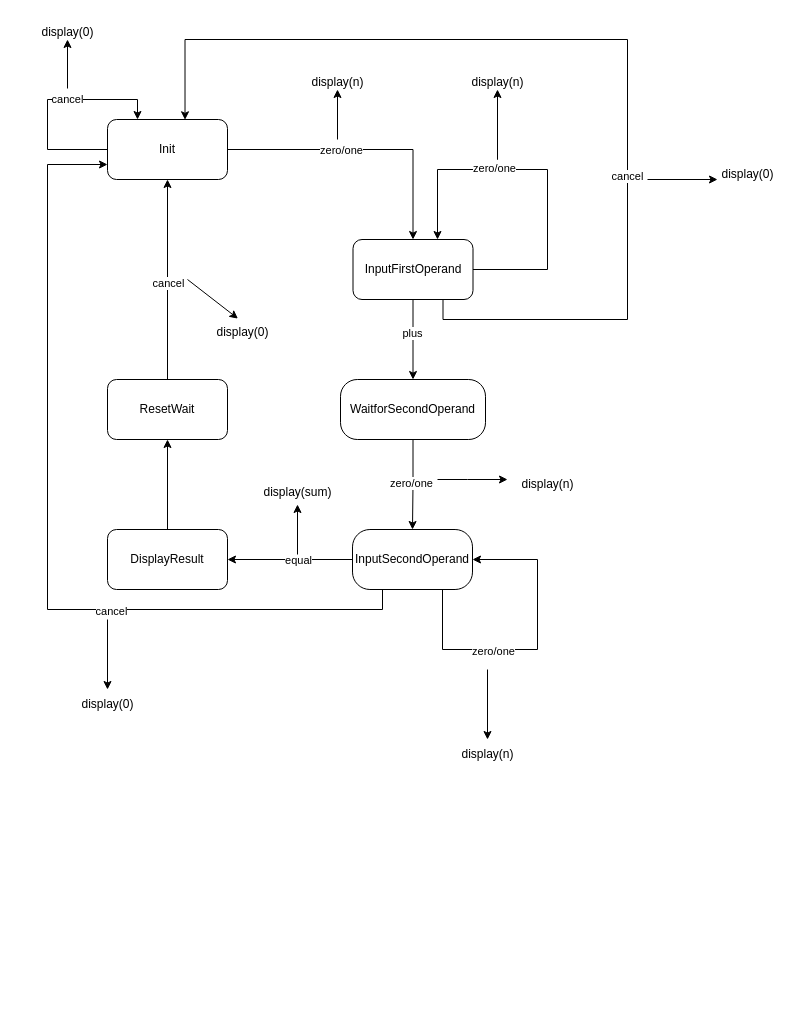
Earlier version of the draw.io diagram Untitled Diagram.drawio (YamyuCheung/image). Source tidied: cells renumbered, new cells numbered last; positions are measured from the earlier drawing's top-left corner, leaving out a move shared by most shapes. Both pictures are drawn from the tidied source at 100%, with x=0, y=0 at pixel (27, 17).
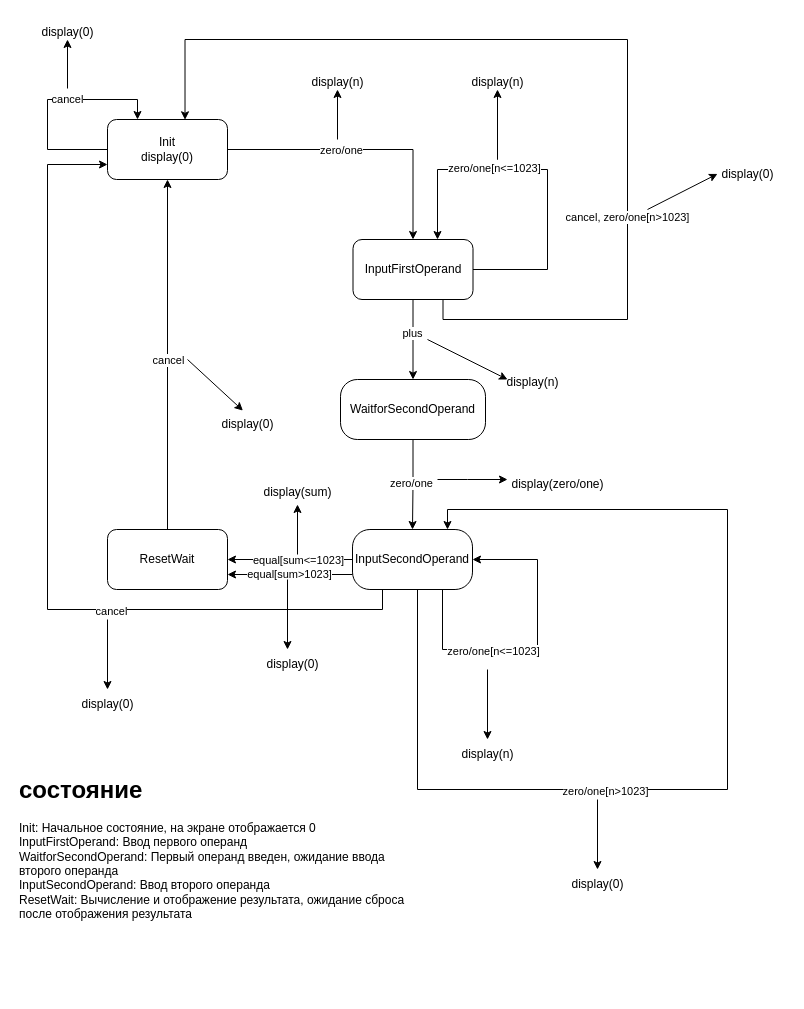
Above is the later version.

Unchanged cells that the change refers to:
```xml
<mxCell id="9" style="edgeStyle=orthogonalEdgeStyle;rounded=0;jettySize=auto;html=1;exitX=1;exitY=0.5;exitDx=0;exitDy=0;" parent="1" edge="1" source="13">
  <mxGeometry relative="1" as="geometry">
    <mxPoint x="410" y="222" as="targetPoint" />
    <Array as="points">
      <mxPoint x="520" y="252" />
      <mxPoint x="520" y="152" />
      <mxPoint x="410" y="152" />
    </Array>
  </mxGeometry>
</mxCell>
<mxCell id="11" style="edgeStyle=orthogonalEdgeStyle;rounded=0;jettySize=auto;html=1;exitX=0.75;exitY=1;exitDx=0;exitDy=0;entryX=0.646;entryY=0.005;entryDx=0;entryDy=0;entryPerimeter=0;" parent="1" edge="1" source="13" target="6">
  <mxGeometry relative="1" as="geometry">
    <Array as="points">
      <mxPoint x="416" y="302" />
      <mxPoint x="600" y="302" />
      <mxPoint x="600" y="22" />
      <mxPoint x="158" y="22" />
    </Array>
  </mxGeometry>
</mxCell>
<mxCell id="17" style="edgeStyle=orthogonalEdgeStyle;rounded=0;orthogonalLoop=1;jettySize=auto;html=1;exitX=0.75;exitY=1;exitDx=0;exitDy=0;entryX=1;entryY=0.5;entryDx=0;entryDy=0;" parent="1" edge="1" source="23" target="23">
  <mxGeometry relative="1" as="geometry">
    <Array as="points">
      <mxPoint x="415" y="632" />
      <mxPoint x="510" y="632" />
      <mxPoint x="510" y="542" />
    </Array>
  </mxGeometry>
</mxCell>
<mxCell id="19" style="edgeStyle=orthogonalEdgeStyle;rounded=0;jettySize=auto;html=1;exitX=0;exitY=0.5;exitDx=0;exitDy=0;" parent="1" edge="1" source="23" target="25">
  <mxGeometry relative="1" as="geometry" />
</mxCell>
<mxCell id="23" value="InputSecondOperand" style="rounded=1;whiteSpace=wrap;html=1;arcSize=29;" parent="1" vertex="1">
  <mxGeometry x="325" y="512" width="120" height="60" as="geometry" />
</mxCell>
```

The edit, as a diff of the source:
```diff
@@
-    <mxCell id="6" value="Init" style="rounded=1;whiteSpace=wrap;html=1;" parent="1" vertex="1">
+    <mxCell id="6" value="Init&lt;div&gt;display(0)&lt;/div&gt;" style="rounded=1;whiteSpace=wrap;html=1;" parent="1" vertex="1">
       <mxGeometry x="80" y="102" width="120" height="60" as="geometry" />
     </mxCell>
@@
-    <mxCell id="10" value="zero/one" style="edgeLabel;html=1;align=center;verticalAlign=middle;" parent="9" vertex="1">
+    <mxCell id="10" value="zero/one[n&amp;lt;=1023]" style="edgeLabel;html=1;align=center;verticalAlign=middle;" parent="9" vertex="1">
       <mxGeometry x="0.28" y="-2" relative="1" as="geometry">
         <mxPoint x="-1" as="offset" />
       </mxGeometry>
     </mxCell>
@@
-    <mxCell id="12" value="cancel" style="edgeLabel;html=1;align=center;verticalAlign=middle;" parent="11" vertex="1">
-      <mxGeometry x="-0.31" y="1" relative="1" as="geometry" />
+    <mxCell id="12" value="cancel, zero/one[n&amp;gt;1023]" style="edgeLabel;html=1;align=center;verticalAlign=middle;" parent="11" vertex="1">
+      <mxGeometry x="-0.31" y="1" relative="1" as="geometry">
+        <mxPoint y="41" as="offset" />
+      </mxGeometry>
     </mxCell>
@@
-    <mxCell id="18" value="zero/one" style="edgeLabel;html=1;align=center;verticalAlign=middle;" parent="17" vertex="1">
+    <mxCell id="18" value="zero/one[n&amp;lt;=1023]" style="edgeLabel;html=1;align=center;verticalAlign=middle;" parent="17" vertex="1">
       <mxGeometry x="-0.29" y="-1" relative="1" as="geometry" />
     </mxCell>
@@
-    <mxCell id="20" value="equal" style="edgeLabel;html=1;align=center;verticalAlign=middle;" parent="19" vertex="1">
+    <mxCell id="20" value="equal[sum&amp;lt;=1023]" style="edgeLabel;html=1;align=center;verticalAlign=middle;" parent="19" vertex="1">
       <mxGeometry x="0.15" y="1" relative="1" as="geometry">
         <mxPoint x="17" y="-1" as="offset" />
       </mxGeometry>
     </mxCell>
@@
+    <mxCell id="47" value="equal[sum&amp;gt;1023]" style="edgeStyle=orthogonalEdgeStyle;rounded=0;jettySize=auto;html=1;exitX=0;exitY=0.75;exitDx=0;exitDy=0;entryX=1;entryY=0.75;entryDx=0;entryDy=0;" parent="1" edge="1" source="23" target="25">
+      <mxGeometry relative="1" as="geometry" />
+    </mxCell>
@@
-    <mxCell id="24" style="edgeStyle=orthogonalEdgeStyle;rounded=0;jettySize=auto;html=1;exitX=0.5;exitY=0;exitDx=0;exitDy=0;entryX=0.5;entryY=1;entryDx=0;entryDy=0;" parent="1" edge="1" source="25" target="28">
-      <mxGeometry relative="1" as="geometry" />
-    </mxCell>
-    <mxCell id="25" value="DisplayResult" style="rounded=1;whiteSpace=wrap;html=1;" parent="1" vertex="1">
+    <mxCell id="25" value="ResetWait" style="rounded=1;whiteSpace=wrap;html=1;" parent="1" vertex="1">
       <mxGeometry x="80" y="512" width="120" height="60" as="geometry" />
     </mxCell>
-    <mxCell id="26" style="edgeStyle=orthogonalEdgeStyle;rounded=0;jettySize=auto;html=1;exitX=0.5;exitY=0;exitDx=0;exitDy=0;entryX=0.5;entryY=1;entryDx=0;entryDy=0;" parent="1" edge="1" source="28" target="6">
+    <mxCell id="26" style="edgeStyle=orthogonalEdgeStyle;rounded=0;jettySize=auto;html=1;exitX=0.5;exitY=0;exitDx=0;exitDy=0;entryX=0.5;entryY=1;entryDx=0;entryDy=0;" parent="1" edge="1" source="25" target="6">
       <mxGeometry relative="1" as="geometry" />
     </mxCell>
@@
-    <mxCell id="28" value="ResetWait" style="rounded=1;whiteSpace=wrap;html=1;" parent="1" vertex="1">
-      <mxGeometry x="80" y="362" width="120" height="60" as="geometry" />
-    </mxCell>
     <mxCell id="29" style="endArrow=classic;html=1;rounded=0;entryX=0.443;entryY=0.037;entryDx=0;entryDy=0;entryPerimeter=0;" parent="1" edge="1" target="30">
       <mxGeometry relative="1" as="geometry">
-        <mxPoint x="160" y="262" as="sourcePoint" />
+        <mxPoint x="160" y="342" as="sourcePoint" />
       </mxGeometry>
     </mxCell>
     <mxCell id="30" value="display(0)" style="text;html=1;align=center;verticalAlign=middle;points=[];strokeColor=none;fillColor=none;" parent="1" vertex="1">
-      <mxGeometry x="175" y="300" width="80" height="30" as="geometry" />
+      <mxGeometry x="180" y="392" width="80" height="30" as="geometry" />
     </mxCell>
@@
-    <mxCell id="38" value="display(n)" style="text;html=1;align=center;verticalAlign=middle;strokeColor=none;fillColor=none;" parent="1" vertex="1">
-      <mxGeometry x="480" y="452" width="80" height="30" as="geometry" />
+    <mxCell id="38" value="display(zero/one)" style="text;html=1;align=center;verticalAlign=middle;strokeColor=none;fillColor=none;" parent="1" vertex="1">
+      <mxGeometry x="470" y="452" width="120" height="30" as="geometry" />
     </mxCell>
@@
     <mxCell id="43" style="endArrow=classic;html=1;rounded=0;" parent="1" edge="1">
       <mxGeometry relative="1" as="geometry">
-        <mxPoint x="620" y="162" as="sourcePoint" />
-        <mxPoint x="690" y="162" as="targetPoint" />
+        <mxPoint x="620" y="192" as="sourcePoint" />
+        <mxPoint x="690" y="156.4" as="targetPoint" />
         <Array as="points">
-          <mxPoint x="620" y="162" />
+          <mxPoint x="620" y="192" />
         </Array>
       </mxGeometry>
     </mxCell>
@@
+    <mxCell id="48" style="endArrow=classic;html=1;rounded=0;" parent="1" edge="1">
+      <mxGeometry relative="1" as="geometry">
+        <mxPoint x="260" y="562" as="sourcePoint" />
+        <mxPoint x="260" y="632" as="targetPoint" />
+        <Array as="points">
+          <mxPoint x="260" y="562" />
+        </Array>
+      </mxGeometry>
+    </mxCell>
+    <mxCell id="49" value="display(0)" style="text;html=1;align=center;verticalAlign=middle;strokeColor=none;fillColor=none;" parent="1" vertex="1">
+      <mxGeometry x="225" y="632" width="80" height="30" as="geometry" />
+    </mxCell>
+    <mxCell id="50" style="edgeStyle=orthogonalEdgeStyle;rounded=0;orthogonalLoop=1;jettySize=auto;html=1;" parent="1" edge="1">
+      <mxGeometry relative="1" as="geometry">
+        <mxPoint x="390" y="572" as="sourcePoint" />
+        <mxPoint x="420" y="512" as="targetPoint" />
+        <Array as="points">
+          <mxPoint x="390" y="772" />
+          <mxPoint x="700" y="772" />
+          <mxPoint x="700" y="492" />
+          <mxPoint x="420" y="492" />
+        </Array>
+      </mxGeometry>
+    </mxCell>
+    <mxCell id="51" value="zero/one[n&amp;gt;1023]" style="edgeLabel;html=1;align=center;verticalAlign=middle;" parent="50" vertex="1">
+      <mxGeometry x="-0.29" y="-1" relative="1" as="geometry" />
+    </mxCell>
+    <mxCell id="52" style="endArrow=classic;html=1;rounded=0;" parent="1" edge="1">
+      <mxGeometry relative="1" as="geometry">
+        <mxPoint x="570" y="782" as="sourcePoint" />
+        <mxPoint x="570" y="852" as="targetPoint" />
+        <Array as="points">
+          <mxPoint x="570" y="782" />
+        </Array>
+      </mxGeometry>
+    </mxCell>
+    <mxCell id="53" value="display(0)" style="text;html=1;align=center;verticalAlign=middle;strokeColor=none;fillColor=none;" parent="1" vertex="1">
+      <mxGeometry x="530" y="852" width="80" height="30" as="geometry" />
+    </mxCell>
+    <mxCell id="54" style="endArrow=classic;html=1;rounded=0;" parent="1" edge="1">
+      <mxGeometry relative="1" as="geometry">
+        <mxPoint x="400" y="322" as="sourcePoint" />
+        <mxPoint x="480" y="362" as="targetPoint" />
+        <Array as="points">
+          <mxPoint x="400" y="322" />
+        </Array>
+      </mxGeometry>
+    </mxCell>
+    <mxCell id="55" value="display(n)" style="text;html=1;align=center;verticalAlign=middle;strokeColor=none;fillColor=none;" parent="1" vertex="1">
+      <mxGeometry x="465" y="350" width="80" height="30" as="geometry" />
+    </mxCell>
+    <mxCell id="56" value="&lt;h1 style=&quot;margin-top: 0px;&quot;&gt;состояние&lt;/h1&gt;&lt;div&gt;Init: Начальное состояние, на экране отображается 0&lt;/div&gt;&lt;div&gt;InputFirstOperand: Ввод первого операнд&lt;/div&gt;&lt;div&gt;WaitforSecondOperand: Первый операнд введен, ожидание ввода второго операнда&lt;/div&gt;&lt;div&gt;InputSecondOperand: Ввод второго операнда&lt;/div&gt;&lt;div&gt;ResetWait: Вычисление и отображение результата, ожидание сброса после отображения результата&amp;nbsp;&lt;/div&gt;" style="text;html=1;whiteSpace=wrap;overflow=hidden;rounded=0;" parent="1" vertex="1">
+      <mxGeometry x="-10" y="752" width="390" height="220" as="geometry" />
+    </mxCell>
```
